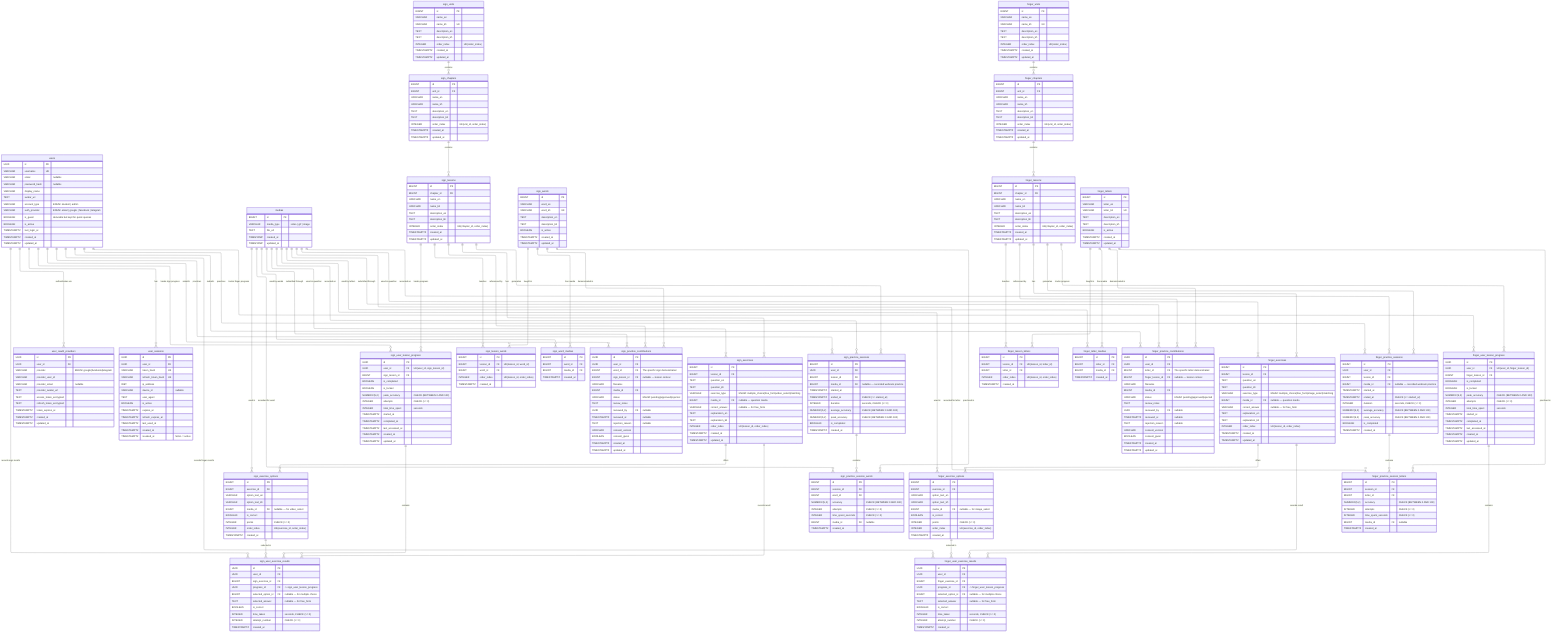
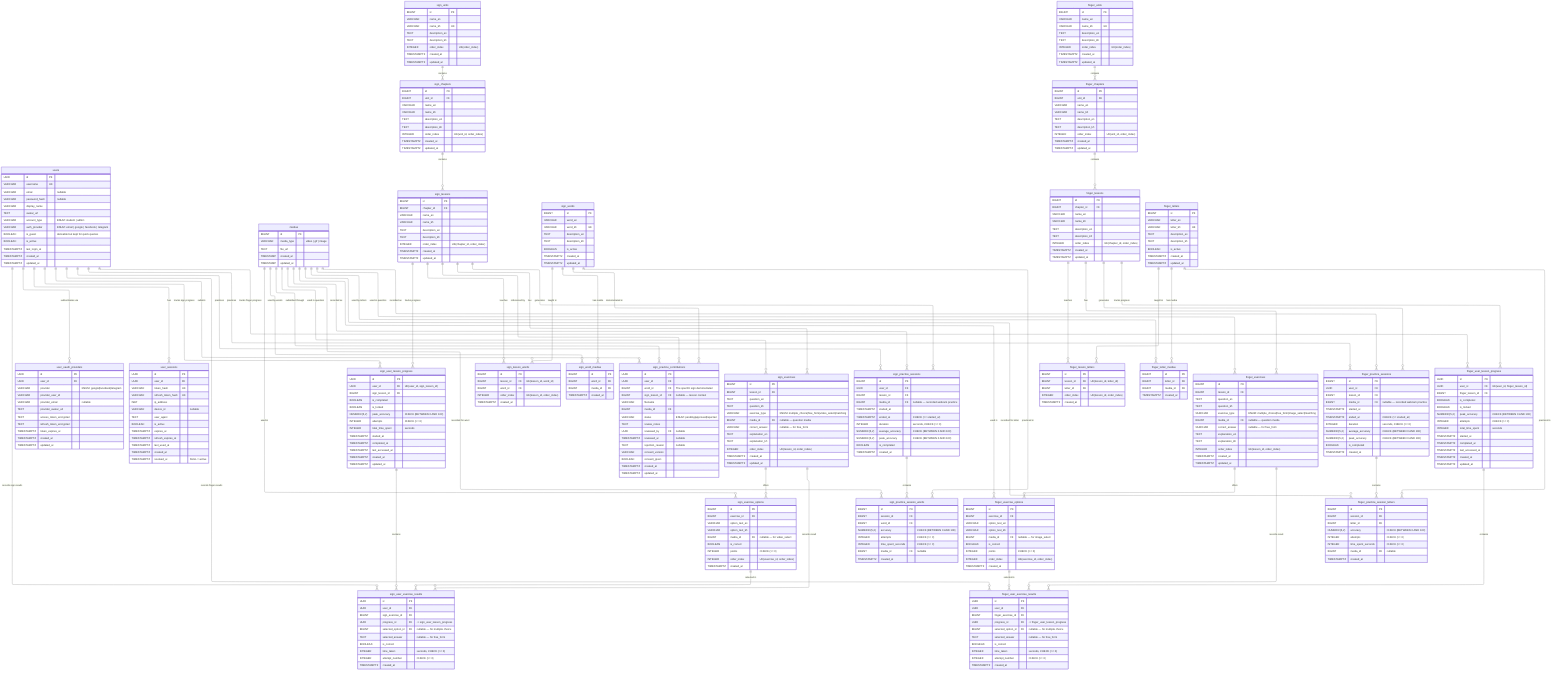
---
config:
  layout: elk
---
erDiagram
	direction TB

	users {
		UUID id PK ""
		VARCHAR username UK ""
		VARCHAR email "nullable"
		VARCHAR password_hash "nullable"
		VARCHAR display_name ""
		TEXT avatar_url ""
		VARCHAR account_type "ENUM: student | admin"
		VARCHAR auth_provider "ENUM: email | google | facebook | telegram"
		BOOLEAN is_guest "derivable but kept for quick queries"
		BOOLEAN is_active ""
		TIMESTAMPTZ last_login_at ""
		TIMESTAMPTZ created_at ""
		TIMESTAMPTZ updated_at ""
	}

	user_oauth_providers {
		UUID id PK ""
		UUID user_id FK ""
		VARCHAR provider "ENUM: google|facebook|telegram"
		VARCHAR provider_user_id ""
		VARCHAR provider_email "nullable"
		TEXT provider_avatar_url ""
		TEXT access_token_encrypted ""
		TEXT refresh_token_encrypted ""
		TIMESTAMPTZ token_expires_at ""
		TIMESTAMPTZ created_at ""
		TIMESTAMPTZ updated_at ""
		%% UK(provider, provider_user_id)
	}

	user_sessions {
		UUID id PK ""
		UUID user_id FK ""
		VARCHAR token_hash UK ""
		VARCHAR refresh_token_hash UK ""
		INET ip_address ""
		VARCHAR device_id "nullable"
		TEXT user_agent ""
		BOOLEAN is_active ""
		TIMESTAMPTZ expires_at ""
		TIMESTAMPTZ refresh_expires_at ""
		TIMESTAMPTZ last_used_at ""
		TIMESTAMPTZ created_at ""
		TIMESTAMPTZ revoked_at "NULL = active"
	}

	sign_user_lesson_progress {
		UUID id PK ""
		UUID user_id FK "UK(user_id, sign_lesson_id)"
		BIGINT sign_lesson_id FK ""
		BOOLEAN is_completed ""
		BOOLEAN is_locked ""
		NUMERIC(5,2) peak_accuracy "CHECK (BETWEEN 0 AND 100)"
		INTEGER attempts "CHECK (>= 0)"
		INTEGER total_time_spent "seconds"
		TIMESTAMPTZ started_at ""
		TIMESTAMPTZ completed_at ""
		TIMESTAMPTZ last_accessed_at ""
		TIMESTAMPTZ created_at ""
		TIMESTAMPTZ updated_at ""
	}

	sign_user_exercise_results {
		UUID id PK ""
		UUID user_id FK ""
		BIGINT sign_exercise_id FK ""
		UUID progress_id FK "-> sign_user_lesson_progress"
		BIGINT selected_option_id FK "nullable — for multiple choice"
		TEXT selected_answer "nullable — for free_form"
		BOOLEAN is_correct ""
		INTEGER time_taken "seconds, CHECK (>= 0)"
		INTEGER attempt_number "CHECK (>= 0)"
		TIMESTAMPTZ created_at ""
	}

	medias {
		BIGINT id PK ""
		VARCHAR media_type  "video | gif | image"
		TEXT file_url  ""
		TIMESTAMP created_at  ""
		TIMESTAMP updated_at  ""
	}

	sign_units {
		BIGINT id PK ""
		VARCHAR name_en ""
		VARCHAR name_kh UK ""
		TEXT description_en ""
		TEXT description_kh ""
		INTEGER order_index "UK(order_index)"
		TIMESTAMPTZ created_at ""
		TIMESTAMPTZ updated_at ""
	}

	sign_chapters {
		BIGINT id PK ""
		BIGINT unit_id FK ""
		VARCHAR name_en ""
		VARCHAR name_kh ""
		TEXT description_en ""
		TEXT description_kh ""
		INTEGER order_index "UK(unit_id, order_index)"
		TIMESTAMPTZ created_at ""
		TIMESTAMPTZ updated_at ""
	}

	sign_lessons {
		BIGINT id PK ""
		BIGINT chapter_id FK ""
		VARCHAR name_en ""
		VARCHAR name_kh ""
		TEXT description_en ""
		TEXT description_kh ""
		INTEGER order_index "UK(chapter_id, order_index)"
		TIMESTAMPTZ created_at ""
		TIMESTAMPTZ updated_at ""
	}

	sign_words {
		BIGINT id PK ""
		VARCHAR word_en ""
		VARCHAR word_kh UK ""
		TEXT description_en ""
		TEXT description_kh ""
		BOOLEAN is_active ""
		TIMESTAMPTZ created_at ""
		TIMESTAMPTZ updated_at ""
	}

	sign_lesson_words {
		BIGINT id PK ""
		BIGINT lesson_id FK "UK(lesson_id, word_id)"
		BIGINT word_id FK ""
		INTEGER order_index "UK(lesson_id, order_index)"
		TIMESTAMPTZ created_at ""
	}

	sign_word_medias {
		BIGINT id PK ""
		BIGINT word_id FK ""
		BIGINT media_id FK ""
		TIMESTAMPTZ created_at ""
	}

	sign_practice_contributions {
		UUID id PK ""
		UUID user_id FK ""
		BIGINT word_id FK "The specific sign demonstrated"
		BIGINT sign_lesson_id FK "nullable — lesson context"
		VARCHAR filename ""
		BIGINT media_id FK ""
		VARCHAR status "ENUM: pending|approved|rejected"
		TEXT review_notes ""
		UUID reviewed_by FK "nullable"
		TIMESTAMPTZ reviewed_at "nullable"
		TEXT rejection_reason "nullable"
		VARCHAR consent_version ""
		BOOLEAN consent_given ""
		TIMESTAMPTZ created_at ""
		TIMESTAMPTZ updated_at ""
	}

	sign_exercises {
		BIGINT id PK ""
		BIGINT lesson_id FK ""
		TEXT question_en ""
		TEXT question_kh ""
		VARCHAR exercise_type "ENUM: multiple_choice|free_form|video_select|matching"
		BIGINT media_id FK "nullable — question media"
		VARCHAR correct_answer "nullable — for free_form"
		TEXT explanation_en ""
		TEXT explanation_kh ""
		INTEGER order_index "UK(lesson_id, order_index)"
		TIMESTAMPTZ created_at ""
		TIMESTAMPTZ updated_at ""
	}

	sign_exercise_options {
		BIGINT id PK ""
		BIGINT exercise_id FK ""
		VARCHAR option_text_en ""
		VARCHAR option_text_kh ""
		BIGINT media_id FK "nullable — for video_select"
		BOOLEAN is_correct ""
		INTEGER points "CHECK (>= 0)"
		INTEGER order_index "UK(exercise_id, order_index)"
		TIMESTAMPTZ created_at ""
	}

	sign_practice_sessions {
		BIGINT id PK ""
		UUID user_id FK ""
		BIGINT lesson_id FK ""
		BIGINT media_id FK "nullable — recorded webcam practice"
		TIMESTAMPTZ started_at ""
		TIMESTAMPTZ ended_at "CHECK (>= started_at)"
		INTEGER duration "seconds, CHECK (>= 0)"
		NUMERIC(5,2) average_accuracy "CHECK (BETWEEN 0 AND 100)"
		NUMERIC(5,2) peak_accuracy "CHECK (BETWEEN 0 AND 100)"
		BOOLEAN is_completed ""
		TIMESTAMPTZ created_at ""
	}

	sign_practice_session_words {
		BIGINT id PK ""
		BIGINT session_id FK ""
		BIGINT word_id FK ""
		NUMERIC(5,2) accuracy "CHECK (BETWEEN 0 AND 100)"
		INTEGER attempts "CHECK (>= 0)"
		INTEGER time_spent_seconds "CHECK (>= 0)"
		BIGINT media_id FK "nullable"
		TIMESTAMPTZ created_at ""
	}

	finger_units {
		BIGINT id PK ""
		VARCHAR name_en ""
		VARCHAR name_kh UK ""
		TEXT description_en ""
		TEXT description_kh ""
		INTEGER order_index "UK(order_index)"
		TIMESTAMPTZ created_at ""
		TIMESTAMPTZ updated_at ""
	}

	finger_chapters {
		BIGINT id PK ""
		BIGINT unit_id FK ""
		VARCHAR name_en ""
		VARCHAR name_kh ""
		TEXT description_en ""
		TEXT description_kh ""
		INTEGER order_index "UK(unit_id, order_index)"
		TIMESTAMPTZ created_at ""
		TIMESTAMPTZ updated_at ""
	}

	finger_lessons {
		BIGINT id PK ""
		BIGINT chapter_id FK ""
		VARCHAR name_en ""
		VARCHAR name_kh ""
		TEXT description_en ""
		TEXT description_kh ""
		INTEGER order_index "UK(chapter_id, order_index)"
		TIMESTAMPTZ created_at ""
		TIMESTAMPTZ updated_at ""
	}

	finger_letters {
		BIGINT id PK ""
		VARCHAR letter_en ""
		VARCHAR letter_kh UK ""
		TEXT description_en ""
		TEXT description_kh ""
		BOOLEAN is_active ""
		TIMESTAMPTZ created_at ""
		TIMESTAMPTZ updated_at ""
	}

	finger_lesson_letters {
		BIGINT id PK ""
		BIGINT lesson_id FK "UK(lesson_id, letter_id)"
		BIGINT letter_id FK ""
		INTEGER order_index "UK(lesson_id, order_index)"
		TIMESTAMPTZ created_at ""
	}

	finger_letter_medias {
		BIGINT id PK ""
		BIGINT letter_id FK ""
		BIGINT media_id FK ""
		TIMESTAMPTZ created_at ""
	}

- 	finger_practice_contributions {
- 		UUID id PK ""
- 		UUID user_id FK ""
- 		BIGINT letter_id FK "The specific letter demonstrated"
- 		BIGINT finger_lesson_id FK "nullable — lesson context"
- 		VARCHAR filename ""
- 		BIGINT media_id FK ""
- 		VARCHAR status "ENUM: pending|approved|rejected"
- 		TEXT review_notes ""
- 		UUID reviewed_by FK "nullable"
- 		TIMESTAMPTZ reviewed_at "nullable"
- 		TEXT rejection_reason "nullable"
- 		VARCHAR consent_version ""
- 		BOOLEAN consent_given ""
- 		TIMESTAMPTZ created_at ""
- 		TIMESTAMPTZ updated_at ""
- 	}
- 
	finger_exercises {
		BIGINT id PK ""
		BIGINT lesson_id FK ""
		TEXT question_en ""
		TEXT question_kh ""
		VARCHAR exercise_type "ENUM: multiple_choice|free_form|image_select|matching"
		BIGINT media_id FK "nullable — question media"
		VARCHAR correct_answer "nullable — for free_form"
		TEXT explanation_en ""
		TEXT explanation_kh ""
		INTEGER order_index "UK(lesson_id, order_index)"
		TIMESTAMPTZ created_at ""
		TIMESTAMPTZ updated_at ""
	}

	finger_exercise_options {
		BIGINT id PK ""
		BIGINT exercise_id FK ""
		VARCHAR option_text_en ""
		VARCHAR option_text_kh ""
		BIGINT media_id FK "nullable — for image_select"
		BOOLEAN is_correct ""
		INTEGER points "CHECK (>= 0)"
		INTEGER order_index "UK(exercise_id, order_index)"
		TIMESTAMPTZ created_at ""
	}

	finger_practice_sessions {
		BIGINT id PK ""
		UUID user_id FK ""
		BIGINT lesson_id FK ""
		BIGINT media_id FK "nullable — recorded webcam practice"
		TIMESTAMPTZ started_at ""
		TIMESTAMPTZ ended_at "CHECK (>= started_at)"
		INTEGER duration "seconds, CHECK (>= 0)"
		NUMERIC(5,2) average_accuracy "CHECK (BETWEEN 0 AND 100)"
		NUMERIC(5,2) peak_accuracy "CHECK (BETWEEN 0 AND 100)"
		BOOLEAN is_completed ""
		TIMESTAMPTZ created_at ""
	}

	finger_practice_session_letters {
		BIGINT id PK ""
		BIGINT session_id FK ""
		BIGINT letter_id FK ""
		NUMERIC(5,2) accuracy "CHECK (BETWEEN 0 AND 100)"
		INTEGER attempts "CHECK (>= 0)"
		INTEGER time_spent_seconds "CHECK (>= 0)"
		BIGINT media_id FK "nullable"
		TIMESTAMPTZ created_at ""
	}

	finger_user_lesson_progress {
		UUID id PK ""
		UUID user_id FK "UK(user_id, finger_lesson_id)"
		BIGINT finger_lesson_id FK ""
		BOOLEAN is_completed ""
		BOOLEAN is_locked ""
		NUMERIC(5,2) peak_accuracy "CHECK (BETWEEN 0 AND 100)"
		INTEGER attempts "CHECK (>= 0)"
		INTEGER total_time_spent "seconds"
		TIMESTAMPTZ started_at ""
		TIMESTAMPTZ completed_at ""
		TIMESTAMPTZ last_accessed_at ""
		TIMESTAMPTZ created_at ""
		TIMESTAMPTZ updated_at ""
	}

	finger_user_exercise_results {
		UUID id PK ""
		UUID user_id FK ""
		BIGINT finger_exercise_id FK ""
		UUID progress_id FK "-> finger_user_lesson_progress"
		BIGINT selected_option_id FK "nullable — for multiple choice"
		TEXT selected_answer "nullable — for free_form"
		BOOLEAN is_correct ""
		INTEGER time_taken "seconds, CHECK (>= 0)"
		INTEGER attempt_number "CHECK (>= 0)"
		TIMESTAMPTZ created_at ""
	}


	users ||--o{ user_oauth_providers : "authenticates via"
	users ||--o{ user_sessions : "has"
	users ||--o{ sign_user_lesson_progress : "tracks sign progress"
	users ||--o{ finger_user_lesson_progress : "tracks finger progress"
	users ||--o{ sign_user_exercise_results : "records sign results"
	users ||--o{ finger_user_exercise_results : "records finger results"
	users ||--o{ sign_practice_contributions : "submits"
- 	users ||--o{ finger_practice_contributions : "submits"
	users ||--o{ sign_practice_sessions : "practices"
	users ||--o{ finger_practice_sessions : "practices"


	sign_user_lesson_progress ||--o{ sign_user_exercise_results : "contains"
	finger_user_lesson_progress ||--o{ finger_user_exercise_results : "contains"

	sign_lessons ||--o{ sign_user_lesson_progress : "tracks progress"
	finger_lessons ||--o{ finger_user_lesson_progress : "tracks progress"

	sign_exercises ||--o{ sign_user_exercise_results : "records result"
	sign_exercise_options ||--o{ sign_user_exercise_results : "selected in"

	finger_exercises ||--o{ finger_user_exercise_results : "records result"
	finger_exercise_options ||--o{ finger_user_exercise_results : "selected in"

	sign_units ||--o{ sign_chapters : "contains"
	sign_chapters ||--o{ sign_lessons : "contains"
	sign_lessons ||--o{ sign_lesson_words : "teaches"
	sign_words ||--o{ sign_lesson_words : "taught in"

	sign_lessons ||--o{ sign_exercises : "has"
	sign_exercises ||--o{ sign_exercise_options : "offers"

	medias ||--o{ sign_exercise_options : "used in"
	medias ||--o{ sign_exercises : "used in question"

	sign_lessons ||--o{ sign_practice_sessions : "generates"
	sign_practice_sessions ||--o{ sign_practice_session_words : "contains"
	sign_words ||--o{ sign_practice_session_words : "practiced in"
	medias ||--o{ sign_practice_session_words : "recorded for word"

	finger_units ||--o{ finger_chapters : "contains"
	finger_chapters ||--o{ finger_lessons : "contains"
	finger_lessons ||--o{ finger_lesson_letters : "teaches"
	finger_letters ||--o{ finger_lesson_letters : "taught in"

	finger_lessons ||--o{ finger_exercises : "has"
	finger_exercises ||--o{ finger_exercise_options : "offers"

	medias ||--o{ finger_exercise_options : "used in"
	medias ||--o{ finger_exercises : "used in question"

	sign_words ||--o{ sign_word_medias : "has media"
	medias ||--o{ sign_word_medias : "used by words"

	finger_letters ||--o{ finger_letter_medias : "has media"
	medias ||--o{ finger_letter_medias : "used by letters"

	medias ||--o{ sign_practice_contributions : "submitted through"
	sign_words ||--o{ sign_practice_contributions : "demonstrated in"
	sign_lessons ||--o{ sign_practice_contributions : "referenced by"

- 	medias ||--o{ finger_practice_contributions : "submitted through"
- 	finger_letters ||--o{ finger_practice_contributions : "demonstrated in"
- 	finger_lessons ||--o{ finger_practice_contributions : "referenced by"
- 
	medias ||--o{ sign_practice_sessions : "recorded as"
	medias ||--o{ finger_practice_sessions : "recorded as"

	finger_lessons ||--o{ finger_practice_sessions : "generates"
	finger_practice_sessions ||--o{ finger_practice_session_letters : "contains"
	finger_letters ||--o{ finger_practice_session_letters : "practiced in"
	medias ||--o{ finger_practice_session_letters : "recorded for letter"
